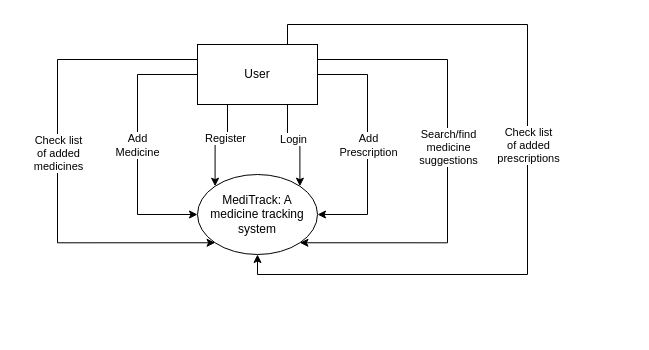
Above: DFD_Level-0_Diagram.drawio in SJPatel123/CP-III (draw.io), before the change. Source tidied: cells renumbered, new cells numbered last; positions are measured from the earlier drawing's top-left corner, leaving out a move shared by most shapes. Both pictures are drawn from the tidied source at 100%, with x=0, y=0 at pixel (57, 24).
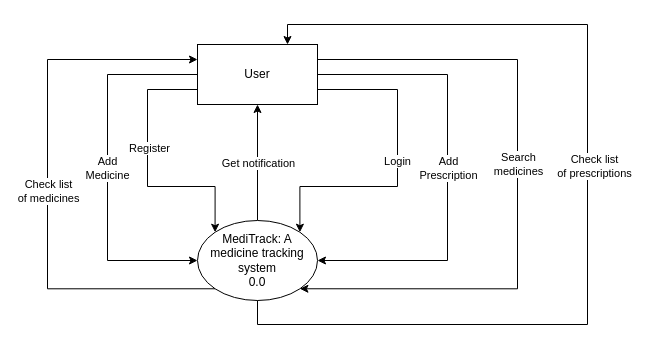
The same diagram, later.

Unchanged cells that the change refers to:
```xml
<mxCell id="17" value="User" style="rounded=0;whiteSpace=wrap;html=1;" parent="1" vertex="1">
  <mxGeometry x="140" y="20" width="120" height="60" as="geometry" />
</mxCell>
```

The edit, as a diff of the source:
```diff
@@
+    <mxCell id="18" style="edgeStyle=orthogonalEdgeStyle;rounded=0;jettySize=auto;html=1;exitX=0.5;exitY=0;exitDx=0;exitDy=0;entryX=0.5;entryY=1;entryDx=0;entryDy=0;" parent="1" edge="1" source="2" target="17">
+      <mxGeometry relative="1" as="geometry" />
+    </mxCell>
+    <mxCell id="19" value="Get notification" style="edgeLabel;html=1;align=center;verticalAlign=middle;" parent="18" vertex="1">
+      <mxGeometry x="0.03" relative="1" as="geometry">
+        <mxPoint y="2" as="offset" />
+      </mxGeometry>
+    </mxCell>
-    <mxCell id="2" value="MediTrack: A medicine tracking system" style="ellipse;whiteSpace=wrap;html=1;" parent="1" vertex="1">
-      <mxGeometry x="140" y="150" width="120" height="80" as="geometry" />
+    <mxCell id="2" value="MediTrack: A medicine tracking system&lt;br&gt;0.0" style="ellipse;whiteSpace=wrap;html=1;" parent="1" vertex="1">
+      <mxGeometry x="140" y="196" width="120" height="80" as="geometry" />
     </mxCell>
-    <mxCell id="3" style="edgeStyle=orthogonalEdgeStyle;rounded=0;jettySize=auto;html=1;exitX=0.25;exitY=1;exitDx=0;exitDy=0;entryX=0;entryY=0;entryDx=0;entryDy=0;" parent="1" edge="1" source="17" target="2">
-      <mxGeometry relative="1" as="geometry" />
-    </mxCell>
-    <mxCell id="4" value="Register" style="edgeLabel;html=1;align=center;verticalAlign=middle;" parent="3" vertex="1">
-      <mxGeometry x="-0.19" y="-2" relative="1" as="geometry" />
-    </mxCell>
-    <mxCell id="5" style="edgeStyle=orthogonalEdgeStyle;rounded=0;jettySize=auto;html=1;exitX=0.75;exitY=1;exitDx=0;exitDy=0;entryX=1;entryY=0;entryDx=0;entryDy=0;" parent="1" edge="1" source="17" target="2">
-      <mxGeometry relative="1" as="geometry" />
-    </mxCell>
-    <mxCell id="6" value="Login" style="edgeLabel;html=1;align=center;verticalAlign=middle;" parent="5" vertex="1">
-      <mxGeometry x="-0.15" y="1" relative="1" as="geometry" />
-    </mxCell>
     <mxCell id="7" style="edgeStyle=orthogonalEdgeStyle;rounded=0;jettySize=auto;html=1;exitX=0;exitY=0.5;exitDx=0;exitDy=0;entryX=0;entryY=0.5;entryDx=0;entryDy=0;" parent="1" edge="1" source="17" target="2">
       <mxGeometry relative="1" as="geometry">
         <Array as="points">
-          <mxPoint x="80" y="50" />
-          <mxPoint x="80" y="190" />
+          <mxPoint x="50" y="50" />
+          <mxPoint x="50" y="236" />
         </Array>
       </mxGeometry>
     </mxCell>
@@
     <mxCell id="9" style="edgeStyle=orthogonalEdgeStyle;rounded=0;jettySize=auto;html=1;exitX=1;exitY=0.5;exitDx=0;exitDy=0;entryX=1;entryY=0.5;entryDx=0;entryDy=0;" parent="1" edge="1" source="17" target="2">
       <mxGeometry relative="1" as="geometry">
         <Array as="points">
-          <mxPoint x="310" y="50" />
-          <mxPoint x="310" y="190" />
+          <mxPoint x="390" y="50" />
+          <mxPoint x="390" y="236" />
         </Array>
       </mxGeometry>
     </mxCell>
@@
     <mxCell id="11" style="edgeStyle=orthogonalEdgeStyle;rounded=0;jettySize=auto;html=1;exitX=1;exitY=0.25;exitDx=0;exitDy=0;entryX=1;entryY=1;entryDx=0;entryDy=0;" parent="1" edge="1" source="17" target="2">
       <mxGeometry relative="1" as="geometry">
         <Array as="points">
-          <mxPoint x="390" y="35" />
-          <mxPoint x="390" y="218" />
+          <mxPoint x="460" y="35" />
+          <mxPoint x="460" y="264" />
         </Array>
       </mxGeometry>
     </mxCell>
-    <mxCell id="12" value="Search/find&lt;br&gt;medicine&lt;br&gt;suggestions" style="edgeLabel;html=1;align=center;verticalAlign=middle;" parent="11" vertex="1">
+    <mxCell id="12" value="Search&lt;br&gt;medicines" style="edgeLabel;html=1;align=center;verticalAlign=middle;" parent="11" vertex="1">
       <mxGeometry x="-0.06" relative="1" as="geometry" />
     </mxCell>
-    <mxCell id="13" style="edgeStyle=orthogonalEdgeStyle;rounded=0;jettySize=auto;html=1;exitX=0;exitY=0.25;exitDx=0;exitDy=0;entryX=0;entryY=1;entryDx=0;entryDy=0;" parent="1" edge="1" source="17" target="2">
+    <mxCell id="13" style="edgeStyle=orthogonalEdgeStyle;rounded=0;jettySize=auto;html=1;exitX=0;exitY=1;exitDx=0;exitDy=0;entryX=0;entryY=0.25;entryDx=0;entryDy=0;" parent="1" edge="1" source="2" target="17">
       <mxGeometry relative="1" as="geometry">
         <Array as="points">
-          <mxPoint y="35" />
-          <mxPoint y="218" />
+          <mxPoint x="-10" y="264" />
+          <mxPoint x="-10" y="35" />
         </Array>
       </mxGeometry>
     </mxCell>
-    <mxCell id="14" value="Check list&lt;br&gt;of added&lt;br&gt;medicines" style="edgeLabel;html=1;align=center;verticalAlign=middle;" parent="13" vertex="1">
+    <mxCell id="14" value="Check list&lt;br&gt;of medicines" style="edgeLabel;html=1;align=center;verticalAlign=middle;" parent="13" vertex="1">
       <mxGeometry x="-0.03" relative="1" as="geometry" />
     </mxCell>
-    <mxCell id="15" style="edgeStyle=orthogonalEdgeStyle;rounded=0;jettySize=auto;html=1;exitX=0.75;exitY=0;exitDx=0;exitDy=0;entryX=0.5;entryY=1;entryDx=0;entryDy=0;" parent="1" edge="1" source="17" target="2">
+    <mxCell id="15" style="edgeStyle=orthogonalEdgeStyle;rounded=0;jettySize=auto;html=1;exitX=0.5;exitY=1;exitDx=0;exitDy=0;entryX=0.75;entryY=0;entryDx=0;entryDy=0;" parent="1" edge="1" source="2" target="17">
       <mxGeometry relative="1" as="geometry">
         <Array as="points">
+          <mxPoint x="200" y="300" />
+          <mxPoint x="530" y="300" />
+          <mxPoint x="530" />
           <mxPoint x="230" />
-          <mxPoint x="470" />
-          <mxPoint x="470" y="250" />
-          <mxPoint x="200" y="250" />
         </Array>
       </mxGeometry>
     </mxCell>
-    <mxCell id="16" value="Check list&lt;br style=&quot;border-color: var(--border-color);&quot;&gt;of added&lt;br style=&quot;border-color: var(--border-color);&quot;&gt;prescriptions" style="edgeLabel;html=1;align=center;verticalAlign=middle;" parent="15" vertex="1">
-      <mxGeometry x="-0.05" relative="1" as="geometry" />
+    <mxCell id="16" value="Check list&lt;br style=&quot;border-color: var(--border-color);&quot;&gt;of prescriptions" style="edgeLabel;html=1;align=center;verticalAlign=middle;" parent="15" vertex="1">
+      <mxGeometry x="-0.05" relative="1" as="geometry">
+        <mxPoint x="6" y="-50" as="offset" />
+      </mxGeometry>
     </mxCell>
+    <mxCell id="20" style="edgeStyle=orthogonalEdgeStyle;rounded=0;jettySize=auto;html=1;exitX=0;exitY=0.75;exitDx=0;exitDy=0;entryX=0;entryY=0;entryDx=0;entryDy=0;" parent="1" edge="1" source="17" target="2">
+      <mxGeometry relative="1" as="geometry">
+        <Array as="points">
+          <mxPoint x="90" y="65" />
+          <mxPoint x="90" y="162" />
+        </Array>
+      </mxGeometry>
+    </mxCell>
+    <mxCell id="4" value="Register" style="edgeLabel;html=1;align=center;verticalAlign=middle;" parent="20" vertex="1">
+      <mxGeometry x="-0.17" y="1" relative="1" as="geometry" />
+    </mxCell>
+    <mxCell id="21" style="edgeStyle=orthogonalEdgeStyle;rounded=0;jettySize=auto;html=1;exitX=1;exitY=0.75;exitDx=0;exitDy=0;entryX=1;entryY=0;entryDx=0;entryDy=0;" parent="1" edge="1" source="17" target="2">
+      <mxGeometry relative="1" as="geometry">
+        <Array as="points">
+          <mxPoint x="340" y="65" />
+          <mxPoint x="340" y="162" />
+          <mxPoint x="242" y="162" />
+        </Array>
+      </mxGeometry>
+    </mxCell>
+    <mxCell id="6" value="Login" style="edgeLabel;html=1;align=center;verticalAlign=middle;" parent="21" vertex="1">
+      <mxGeometry x="-0.06" y="-3" relative="1" as="geometry">
+        <mxPoint x="2" as="offset" />
+      </mxGeometry>
+    </mxCell>
```
